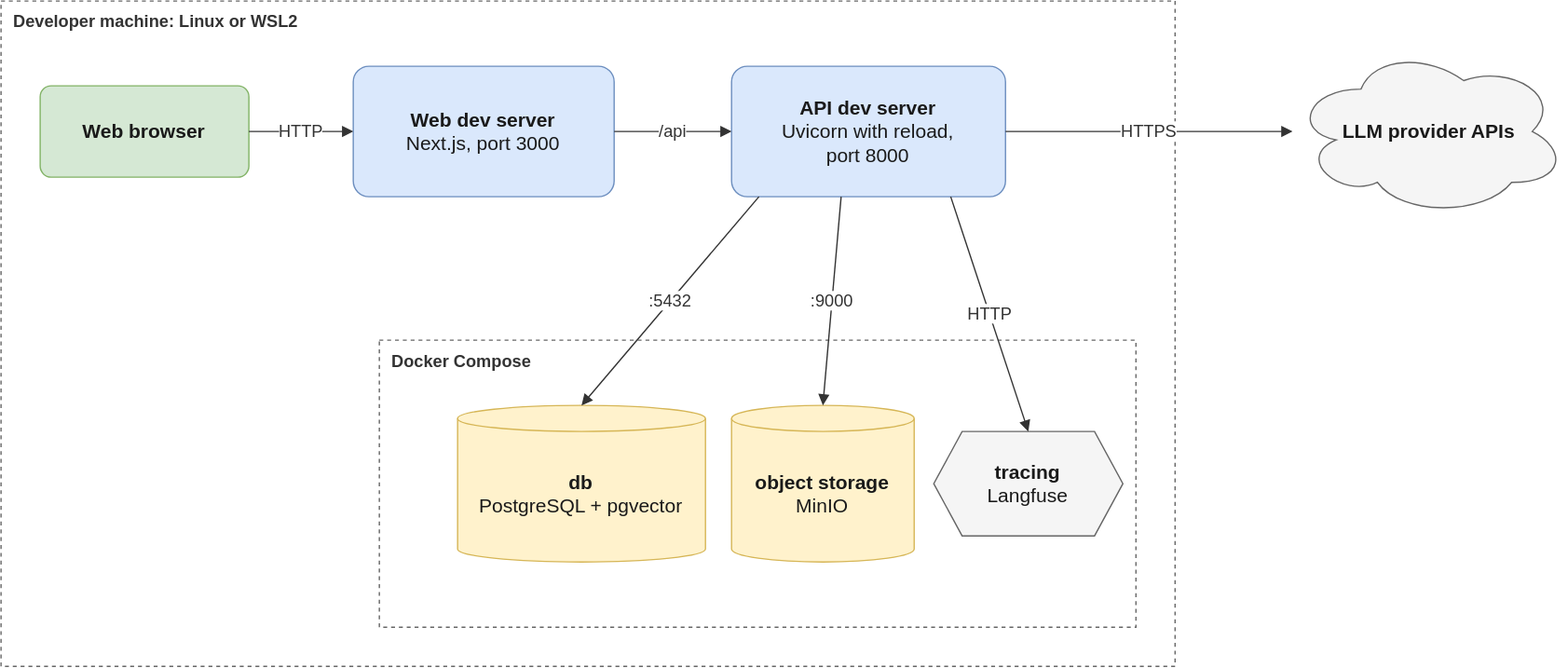
Before: docs/architecture/diagrams/deployment-local.drawio.svg, a diagram exported from draw.io (nhinguyen140809/khoai-lang-graph). Source tidied: cells renumbered, new cells last; positions are measured from the earlier drawing's top-left corner, leaving out a move shared by most shapes. The source it was exported from:
```xml
<mxGraphModel>
  <root>
    <mxCell id="0" />
    <mxCell id="1" parent="0" />
    <mxCell id="2" value="Developer machine: Linux or WSL2" style="rounded=0;whiteSpace=wrap;html=1;dashed=1;fillColor=none;strokeColor=#666666;verticalAlign=top;align=left;spacingLeft=8;spacingTop=2;fontStyle=1;fontSize=13;fontColor=#333333;" parent="1" vertex="1">
      <mxGeometry width="900" height="510" as="geometry" />
    </mxCell>
    <mxCell id="3" value="Docker Compose" style="rounded=0;whiteSpace=wrap;html=1;dashed=1;fillColor=none;strokeColor=#666666;verticalAlign=top;align=left;spacingLeft=8;spacingTop=2;fontStyle=1;fontSize=13;fontColor=#333333;" parent="2" vertex="1">
      <mxGeometry x="290" y="260" width="580" height="220" as="geometry" />
    </mxCell>
    <mxCell id="4" value="&lt;span style=&quot;font-size: 15px;&quot;&gt;&lt;b&gt;db&lt;/b&gt;&lt;/span&gt;&lt;br&gt;&lt;span style=&quot;font-size: 15px;&quot;&gt;PostgreSQL + pgvector&lt;/span&gt;" style="shape=cylinder3;boundedLbl=1;size=10;whiteSpace=wrap;html=1;fillColor=#fff2cc;strokeColor=#d6b656;fontColor=#1a1a1a;fontSize=13;" parent="3" vertex="1">
      <mxGeometry x="60" y="50" width="190" height="120" as="geometry" />
    </mxCell>
    <mxCell id="5" value="&lt;span style=&quot;font-size: 15px;&quot;&gt;&lt;b&gt;object storage&lt;/b&gt;&lt;/span&gt;&lt;br&gt;&lt;span style=&quot;font-size: 15px;&quot;&gt;MinIO&lt;/span&gt;" style="shape=cylinder3;boundedLbl=1;size=10;whiteSpace=wrap;html=1;fillColor=#fff2cc;strokeColor=#d6b656;fontColor=#1a1a1a;fontSize=13;" parent="3" vertex="1">
      <mxGeometry x="270" y="50" width="140" height="120" as="geometry" />
    </mxCell>
    <mxCell id="6" value="&lt;span style=&quot;font-size: 15px;&quot;&gt;&lt;b&gt;tracing&lt;/b&gt;&lt;/span&gt;&lt;br&gt;&lt;span style=&quot;font-size: 15px;&quot;&gt;Langfuse&lt;/span&gt;" style="shape=hexagon;perimeter=hexagonPerimeter2;size=0.15;whiteSpace=wrap;html=1;fillColor=#f5f5f5;strokeColor=#666666;fontColor=#1a1a1a;fontSize=13;" parent="3" vertex="1">
      <mxGeometry x="425" y="70" width="145" height="80" as="geometry" />
    </mxCell>
    <mxCell id="7" value="&lt;span style=&quot;font-size: 15px;&quot;&gt;&lt;b&gt;Web browser&lt;/b&gt;&lt;/span&gt;" style="rounded=1;arcSize=12;whiteSpace=wrap;html=1;fillColor=#d5e8d4;strokeColor=#82b366;fontColor=#1a1a1a;fontSize=13;" parent="2" vertex="1">
      <mxGeometry x="30" y="65" width="160" height="70" as="geometry" />
    </mxCell>
    <mxCell id="8" value="&lt;span style=&quot;font-size: 15px;&quot;&gt;&lt;b&gt;Web dev server&lt;/b&gt;&lt;/span&gt;&lt;br&gt;&lt;span style=&quot;font-size: 15px;&quot;&gt;Next.js, port 3000&lt;/span&gt;" style="rounded=1;arcSize=12;whiteSpace=wrap;html=1;fillColor=#dae8fc;strokeColor=#6c8ebf;fontColor=#1a1a1a;fontSize=13;" parent="2" vertex="1">
      <mxGeometry x="270" y="50" width="200" height="100" as="geometry" />
    </mxCell>
    <mxCell id="9" value="&lt;span style=&quot;font-size: 15px;&quot;&gt;&lt;b&gt;API dev server&lt;/b&gt;&lt;/span&gt;&lt;br&gt;&lt;span style=&quot;font-size: 15px;&quot;&gt;Uvicorn with reload,&lt;/span&gt;&lt;br&gt;&lt;span style=&quot;font-size: 15px;&quot;&gt;port 8000&lt;/span&gt;" style="rounded=1;arcSize=12;whiteSpace=wrap;html=1;fillColor=#dae8fc;strokeColor=#6c8ebf;fontColor=#1a1a1a;fontSize=13;" parent="2" vertex="1">
      <mxGeometry x="560" y="50" width="210" height="100" as="geometry" />
    </mxCell>
    <mxCell id="10" value="&lt;span style=&quot;font-size: 15px;&quot;&gt;&lt;b&gt;LLM provider APIs&lt;/b&gt;&lt;/span&gt;" style="ellipse;shape=cloud;whiteSpace=wrap;html=1;fillColor=#f5f5f5;strokeColor=#666666;fontColor=#1a1a1a;fontSize=13;" parent="1" vertex="1">
      <mxGeometry x="990" y="35" width="210" height="130" as="geometry" />
    </mxCell>
    <mxCell id="11" value="HTTP" style="edgeStyle=none;rounded=0;html=1;endArrow=block;endFill=1;strokeColor=#333333;fontSize=13;fontColor=#333333;labelBackgroundColor=#ffffff;exitX=1;exitY=0.5;exitDx=0;exitDy=0;entryX=0;entryY=0.5;entryDx=0;entryDy=0;" parent="1" edge="1" source="7" target="8">
      <mxGeometry relative="1" as="geometry" />
    </mxCell>
    <mxCell id="12" value="/api" style="edgeStyle=none;rounded=0;html=1;endArrow=block;endFill=1;strokeColor=#333333;fontSize=13;fontColor=#333333;labelBackgroundColor=#ffffff;exitX=1;exitY=0.5;exitDx=0;exitDy=0;entryX=0;entryY=0.5;entryDx=0;entryDy=0;" parent="1" edge="1" source="8" target="9">
      <mxGeometry relative="1" as="geometry" />
    </mxCell>
    <mxCell id="13" value=":5432" style="edgeStyle=none;rounded=0;html=1;endArrow=block;endFill=1;strokeColor=#333333;fontSize=13;fontColor=#333333;labelBackgroundColor=#ffffff;exitX=0.1;exitY=1;exitDx=0;exitDy=0;entryX=0.5;entryY=0;entryDx=0;entryDy=0;" parent="1" edge="1" source="9" target="4">
      <mxGeometry relative="1" as="geometry" />
    </mxCell>
    <mxCell id="14" value=":9000" style="edgeStyle=none;rounded=0;html=1;endArrow=block;endFill=1;strokeColor=#333333;fontSize=13;fontColor=#333333;labelBackgroundColor=#ffffff;exitX=0.4;exitY=1;exitDx=0;exitDy=0;entryX=0.5;entryY=0;entryDx=0;entryDy=0;" parent="1" edge="1" source="9" target="5">
      <mxGeometry relative="1" as="geometry" />
    </mxCell>
    <mxCell id="15" value="HTTP" style="edgeStyle=none;rounded=0;html=1;endArrow=block;endFill=1;strokeColor=#333333;fontSize=13;fontColor=#333333;labelBackgroundColor=#ffffff;exitX=0.8;exitY=1;exitDx=0;exitDy=0;entryX=0.5;entryY=0;entryDx=0;entryDy=0;" parent="1" edge="1" source="9" target="6">
      <mxGeometry relative="1" as="geometry" />
    </mxCell>
    <mxCell id="16" value="HTTPS" style="edgeStyle=none;rounded=0;html=1;endArrow=block;endFill=1;strokeColor=#333333;fontSize=13;fontColor=#333333;labelBackgroundColor=#ffffff;exitX=1;exitY=0.5;exitDx=0;exitDy=0;" parent="1" edge="1" source="9" target="10">
      <mxGeometry relative="1" as="geometry" />
    </mxCell>
  </root>
</mxGraphModel>
```
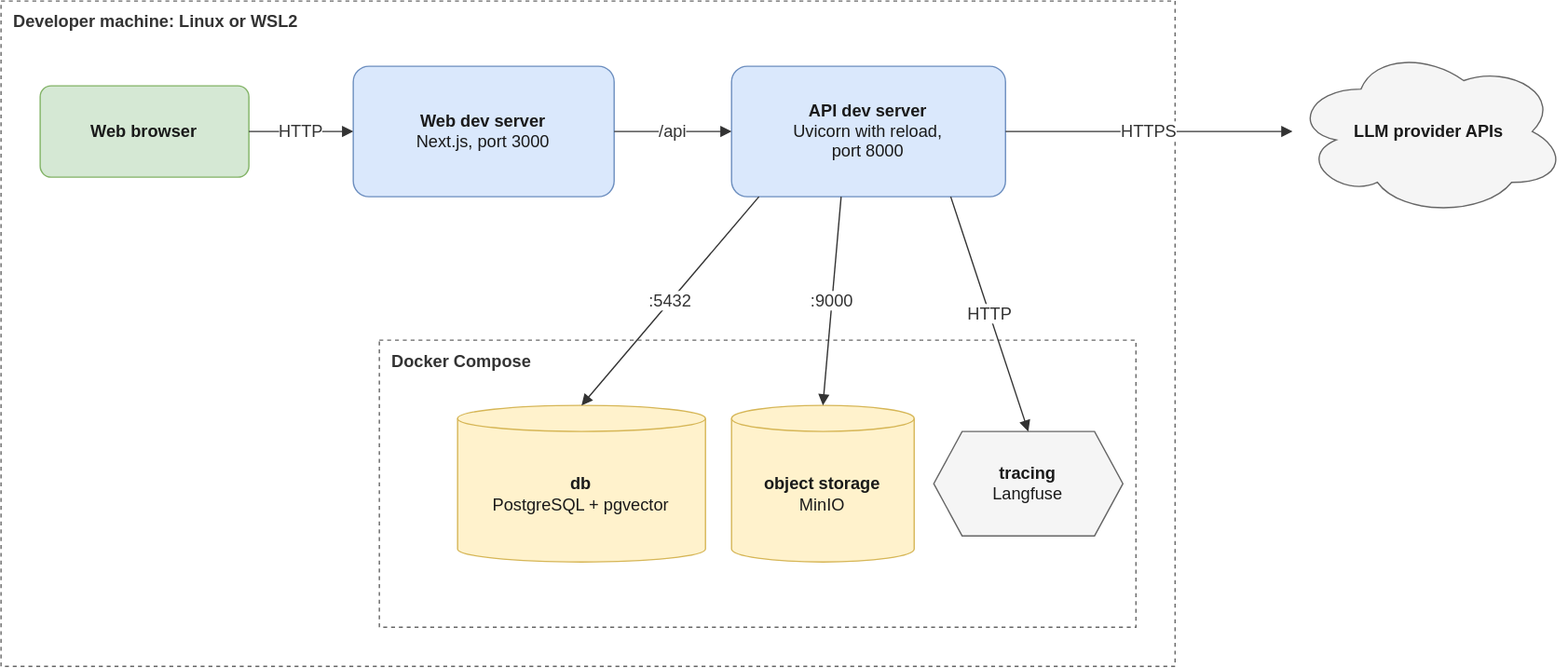
Later version of the same file.

Change to the diagram source:
```diff
@@ -8,25 +8,25 @@
     <mxCell id="3" value="Docker Compose" style="rounded=0;whiteSpace=wrap;html=1;dashed=1;fillColor=none;strokeColor=#666666;verticalAlign=top;align=left;spacingLeft=8;spacingTop=2;fontStyle=1;fontSize=13;fontColor=#333333;" parent="2" vertex="1">
       <mxGeometry x="290" y="260" width="580" height="220" as="geometry" />
     </mxCell>
-    <mxCell id="4" value="&lt;span style=&quot;font-size: 15px;&quot;&gt;&lt;b&gt;db&lt;/b&gt;&lt;/span&gt;&lt;br&gt;&lt;span style=&quot;font-size: 15px;&quot;&gt;PostgreSQL + pgvector&lt;/span&gt;" style="shape=cylinder3;boundedLbl=1;size=10;whiteSpace=wrap;html=1;fillColor=#fff2cc;strokeColor=#d6b656;fontColor=#1a1a1a;fontSize=13;" parent="3" vertex="1">
+    <mxCell id="4" value="&lt;span style=&quot;font-size:13px;&quot;&gt;&lt;b&gt;db&lt;/b&gt;&lt;/span&gt;&lt;br&gt;&lt;span style=&quot;font-size:13px;&quot;&gt;PostgreSQL + pgvector&lt;/span&gt;" style="shape=cylinder3;boundedLbl=1;size=10;whiteSpace=wrap;html=1;fillColor=#fff2cc;strokeColor=#d6b656;fontColor=#1a1a1a;fontSize=13;" parent="3" vertex="1">
       <mxGeometry x="60" y="50" width="190" height="120" as="geometry" />
     </mxCell>
-    <mxCell id="5" value="&lt;span style=&quot;font-size: 15px;&quot;&gt;&lt;b&gt;object storage&lt;/b&gt;&lt;/span&gt;&lt;br&gt;&lt;span style=&quot;font-size: 15px;&quot;&gt;MinIO&lt;/span&gt;" style="shape=cylinder3;boundedLbl=1;size=10;whiteSpace=wrap;html=1;fillColor=#fff2cc;strokeColor=#d6b656;fontColor=#1a1a1a;fontSize=13;" parent="3" vertex="1">
+    <mxCell id="5" value="&lt;span style=&quot;font-size:13px;&quot;&gt;&lt;b&gt;object storage&lt;/b&gt;&lt;/span&gt;&lt;br&gt;&lt;span style=&quot;font-size:13px;&quot;&gt;MinIO&lt;/span&gt;" style="shape=cylinder3;boundedLbl=1;size=10;whiteSpace=wrap;html=1;fillColor=#fff2cc;strokeColor=#d6b656;fontColor=#1a1a1a;fontSize=13;" parent="3" vertex="1">
       <mxGeometry x="270" y="50" width="140" height="120" as="geometry" />
     </mxCell>
-    <mxCell id="6" value="&lt;span style=&quot;font-size: 15px;&quot;&gt;&lt;b&gt;tracing&lt;/b&gt;&lt;/span&gt;&lt;br&gt;&lt;span style=&quot;font-size: 15px;&quot;&gt;Langfuse&lt;/span&gt;" style="shape=hexagon;perimeter=hexagonPerimeter2;size=0.15;whiteSpace=wrap;html=1;fillColor=#f5f5f5;strokeColor=#666666;fontColor=#1a1a1a;fontSize=13;" parent="3" vertex="1">
+    <mxCell id="6" value="&lt;span style=&quot;font-size:13px;&quot;&gt;&lt;b&gt;tracing&lt;/b&gt;&lt;/span&gt;&lt;br&gt;&lt;span style=&quot;font-size:13px;&quot;&gt;Langfuse&lt;/span&gt;" style="shape=hexagon;perimeter=hexagonPerimeter2;size=0.15;whiteSpace=wrap;html=1;fillColor=#f5f5f5;strokeColor=#666666;fontColor=#1a1a1a;fontSize=13;" parent="3" vertex="1">
       <mxGeometry x="425" y="70" width="145" height="80" as="geometry" />
     </mxCell>
-    <mxCell id="7" value="&lt;span style=&quot;font-size: 15px;&quot;&gt;&lt;b&gt;Web browser&lt;/b&gt;&lt;/span&gt;" style="rounded=1;arcSize=12;whiteSpace=wrap;html=1;fillColor=#d5e8d4;strokeColor=#82b366;fontColor=#1a1a1a;fontSize=13;" parent="2" vertex="1">
+    <mxCell id="7" value="&lt;span style=&quot;font-size:13px;&quot;&gt;&lt;b&gt;Web browser&lt;/b&gt;&lt;/span&gt;" style="rounded=1;arcSize=12;whiteSpace=wrap;html=1;fillColor=#d5e8d4;strokeColor=#82b366;fontColor=#1a1a1a;fontSize=13;" parent="2" vertex="1">
       <mxGeometry x="30" y="65" width="160" height="70" as="geometry" />
     </mxCell>
-    <mxCell id="8" value="&lt;span style=&quot;font-size: 15px;&quot;&gt;&lt;b&gt;Web dev server&lt;/b&gt;&lt;/span&gt;&lt;br&gt;&lt;span style=&quot;font-size: 15px;&quot;&gt;Next.js, port 3000&lt;/span&gt;" style="rounded=1;arcSize=12;whiteSpace=wrap;html=1;fillColor=#dae8fc;strokeColor=#6c8ebf;fontColor=#1a1a1a;fontSize=13;" parent="2" vertex="1">
+    <mxCell id="8" value="&lt;span style=&quot;font-size:13px;&quot;&gt;&lt;b&gt;Web dev server&lt;/b&gt;&lt;/span&gt;&lt;br&gt;&lt;span style=&quot;font-size:13px;&quot;&gt;Next.js, port 3000&lt;/span&gt;" style="rounded=1;arcSize=12;whiteSpace=wrap;html=1;fillColor=#dae8fc;strokeColor=#6c8ebf;fontColor=#1a1a1a;fontSize=13;" parent="2" vertex="1">
       <mxGeometry x="270" y="50" width="200" height="100" as="geometry" />
     </mxCell>
-    <mxCell id="9" value="&lt;span style=&quot;font-size: 15px;&quot;&gt;&lt;b&gt;API dev server&lt;/b&gt;&lt;/span&gt;&lt;br&gt;&lt;span style=&quot;font-size: 15px;&quot;&gt;Uvicorn with reload,&lt;/span&gt;&lt;br&gt;&lt;span style=&quot;font-size: 15px;&quot;&gt;port 8000&lt;/span&gt;" style="rounded=1;arcSize=12;whiteSpace=wrap;html=1;fillColor=#dae8fc;strokeColor=#6c8ebf;fontColor=#1a1a1a;fontSize=13;" parent="2" vertex="1">
+    <mxCell id="9" value="&lt;span style=&quot;font-size: 13px;&quot;&gt;&lt;b&gt;API dev server&lt;/b&gt;&lt;/span&gt;&lt;br&gt;&lt;span style=&quot;font-size: 13px;&quot;&gt;Uvicorn with reload,&lt;/span&gt;&lt;br&gt;&lt;span style=&quot;font-size: 13px;&quot;&gt;port 8000&lt;/span&gt;" style="rounded=1;arcSize=12;whiteSpace=wrap;html=1;fillColor=#dae8fc;strokeColor=#6c8ebf;fontColor=#1a1a1a;fontSize=13;" parent="2" vertex="1">
       <mxGeometry x="560" y="50" width="210" height="100" as="geometry" />
     </mxCell>
-    <mxCell id="10" value="&lt;span style=&quot;font-size: 15px;&quot;&gt;&lt;b&gt;LLM provider APIs&lt;/b&gt;&lt;/span&gt;" style="ellipse;shape=cloud;whiteSpace=wrap;html=1;fillColor=#f5f5f5;strokeColor=#666666;fontColor=#1a1a1a;fontSize=13;" parent="1" vertex="1">
+    <mxCell id="10" value="&lt;span style=&quot;font-size:13px;&quot;&gt;&lt;b&gt;LLM provider APIs&lt;/b&gt;&lt;/span&gt;" style="ellipse;shape=cloud;whiteSpace=wrap;html=1;fillColor=#f5f5f5;strokeColor=#666666;fontColor=#1a1a1a;fontSize=13;" parent="1" vertex="1">
       <mxGeometry x="990" y="35" width="210" height="130" as="geometry" />
     </mxCell>
     <mxCell id="11" value="HTTP" style="edgeStyle=none;rounded=0;html=1;endArrow=block;endFill=1;strokeColor=#333333;fontSize=13;fontColor=#333333;labelBackgroundColor=#ffffff;exitX=1;exitY=0.5;exitDx=0;exitDy=0;entryX=0;entryY=0.5;entryDx=0;entryDy=0;" parent="1" edge="1" source="7" target="8">
```
